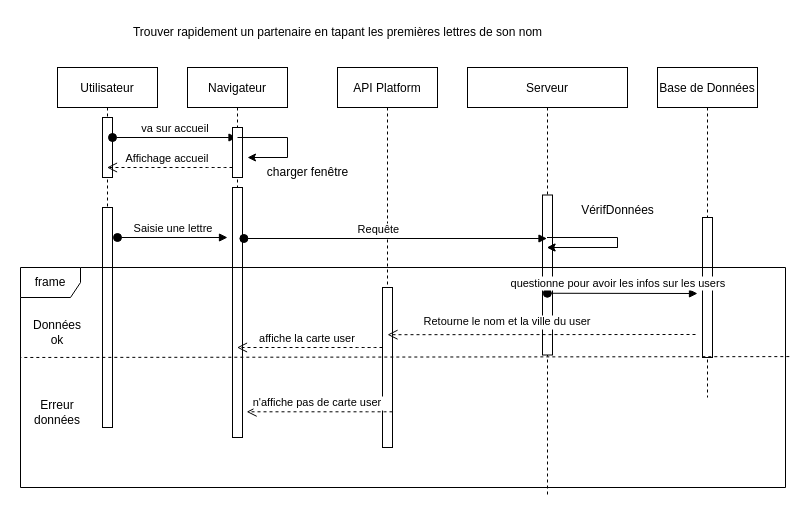
cyrisa02/diagrammes-UML keeps this draw.io diagram as asdec/Sequence Diagram.drawio. Above is the earlier version. Source tidied: cells renumbered, new cells numbered last; positions are measured from the earlier drawing's top-left corner, leaving out a move shared by most shapes. Both pictures are drawn from the tidied source at 100%, with x=0, y=0 at pixel (20, 17).
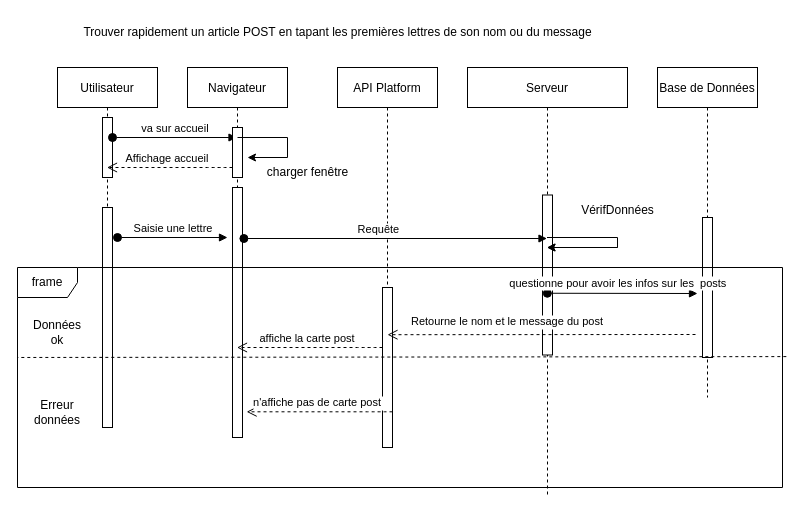
Above is the later version.

Commit message:
diag sequence

The change refers to these unchanged cells:
```xml
<mxCell id="2" value="Serveur" style="shape=umlLifeline;perimeter=lifelinePerimeter;rounded=0;shadow=0;strokeWidth=1;" parent="1" vertex="1">
  <mxGeometry x="447" y="50" width="160" height="430" as="geometry" />
</mxCell>
<mxCell id="11" value="Navigateur" style="shape=umlLifeline;perimeter=lifelinePerimeter;rounded=0;shadow=0;strokeWidth=1;" parent="1" vertex="1">
  <mxGeometry x="167" y="50" width="100" height="370" as="geometry" />
</mxCell>
```

Change to the diagram source:
```diff
@@
-    <mxCell id="16" value="Trouver rapidement un partenaire en tapant les premières lettres de son nom" style="text;html=1;align=center;verticalAlign=middle;strokeColor=none;fillColor=none;" parent="1" vertex="1">
-      <mxGeometry x="102" width="430" height="30" as="geometry" />
+    <mxCell id="16" value="Trouver rapidement un article POST en tapant les premières lettres de son nom ou du message" style="text;html=1;align=center;verticalAlign=middle;strokeColor=none;fillColor=none;" parent="1" vertex="1">
+      <mxGeometry x="57" y="5" width="520" height="20" as="geometry" />
     </mxCell>
@@
-    <mxCell id="22" value="affiche la carte user" style="verticalAlign=bottom;endArrow=open;dashed=1;endSize=8;exitX=0;exitY=0.95;shadow=0;strokeWidth=1;" parent="1" edge="1" target="11">
+    <mxCell id="22" value="affiche la carte post" style="verticalAlign=bottom;endArrow=open;dashed=1;endSize=8;exitX=0;exitY=0.95;shadow=0;strokeWidth=1;" parent="1" edge="1" target="11">
       <mxGeometry x="0.03" relative="1" as="geometry">
         <mxPoint x="362" y="330" as="sourcePoint" />
         <Array as="points">
           <mxPoint x="347" y="330" />
         </Array>
       </mxGeometry>
     </mxCell>
@@
-    <mxCell id="25" value="n'affiche pas de carte user" style="verticalAlign=bottom;endArrow=open;dashed=1;endSize=8;exitX=0;exitY=0.95;shadow=0;strokeWidth=1;" parent="1" edge="1">
+    <mxCell id="25" value="n'affiche pas de carte post" style="verticalAlign=bottom;endArrow=open;dashed=1;endSize=8;exitX=0;exitY=0.95;shadow=0;strokeWidth=1;" parent="1" edge="1">
       <mxGeometry x="0.03" relative="1" as="geometry">
         <mxPoint x="372" y="394.3" as="sourcePoint" />
         <mxPoint x="226.1" y="394.3" as="targetPoint" />
         <Array as="points">
           <mxPoint x="357" y="394.3" />
         </Array>
       </mxGeometry>
     </mxCell>
     <mxCell id="26" value="frame" style="shape=umlFrame;whiteSpace=wrap;html=1;" parent="1" vertex="1">
-      <mxGeometry y="250" width="765" height="220" as="geometry" />
+      <mxGeometry x="-3" y="250" width="765" height="220" as="geometry" />
     </mxCell>
@@
-    <mxCell id="31" value="questionne pour avoir les infos sur les users" style="verticalAlign=bottom;startArrow=oval;endArrow=block;startSize=8;shadow=0;strokeWidth=1;exitX=0.499;exitY=0.525;exitDx=0;exitDy=0;exitPerimeter=0;" parent="1" edge="1" source="2">
+    <mxCell id="31" value="questionne pour avoir les infos sur les  posts" style="verticalAlign=bottom;startArrow=oval;endArrow=block;startSize=8;shadow=0;strokeWidth=1;exitX=0.499;exitY=0.525;exitDx=0;exitDy=0;exitPerimeter=0;" parent="1" edge="1" source="2">
       <mxGeometry x="-0.05" y="1" relative="1" as="geometry">
         <mxPoint x="677" y="276" as="targetPoint" />
       </mxGeometry>
     </mxCell>
-    <mxCell id="32" value="Retourne le nom et la ville du user" style="verticalAlign=bottom;endArrow=open;dashed=1;endSize=8;shadow=0;strokeWidth=1;entryX=1.194;entryY=0.295;entryDx=0;entryDy=0;entryPerimeter=0;" parent="1" edge="1">
+    <mxCell id="32" value="Retourne le nom et le message du post" style="verticalAlign=bottom;endArrow=open;dashed=1;endSize=8;shadow=0;strokeWidth=1;entryX=1.194;entryY=0.295;entryDx=0;entryDy=0;entryPerimeter=0;" parent="1" edge="1">
       <mxGeometry x="0.22" y="-4" relative="1" as="geometry">
         <mxPoint x="675" y="317" as="sourcePoint" />
         <mxPoint x="367" y="317.2" as="targetPoint" />
       </mxGeometry>
     </mxCell>
```
